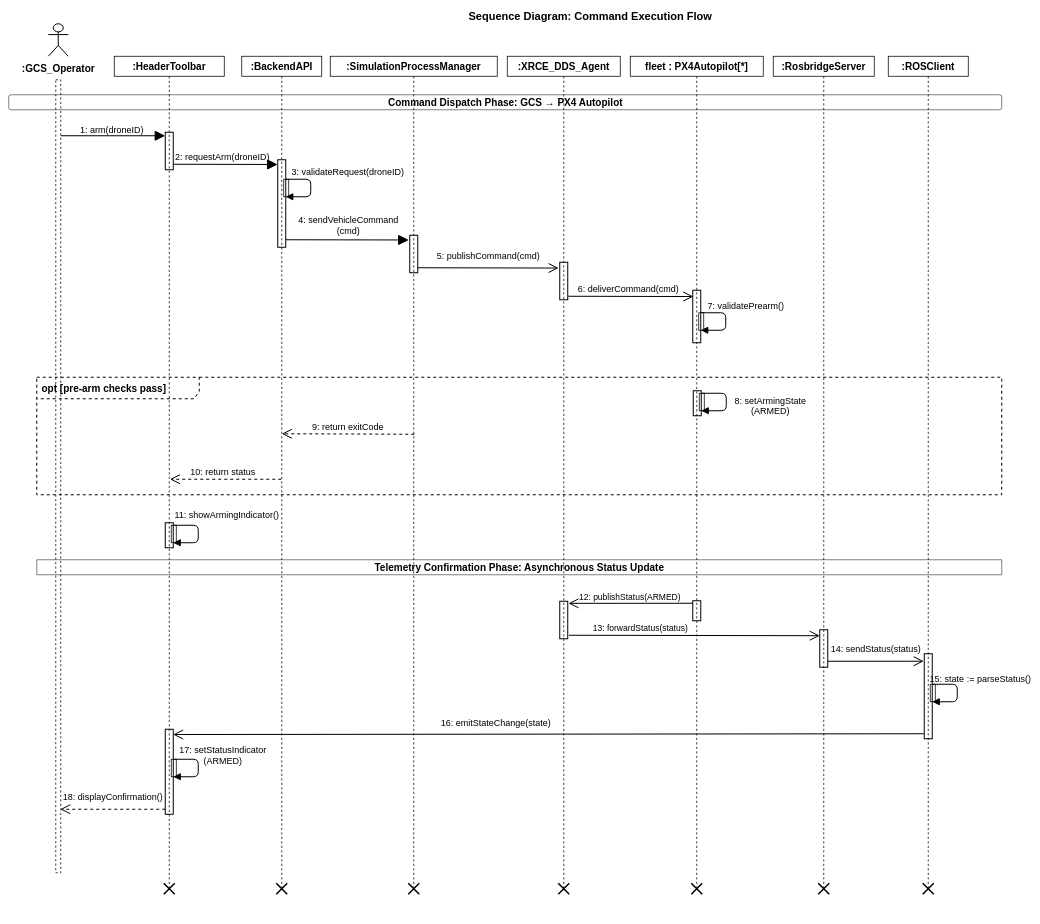
Before: 13_sequence_command.drawio in syedmohammad611/diagrams, a draw.io diagram. Source tidied: cells renumbered, new cells numbered last; positions are measured from the earlier drawing's top-left corner, leaving out a move shared by most shapes. Both pictures are drawn from the tidied source at 50%, with x=0, y=0 at pixel (8, 8).
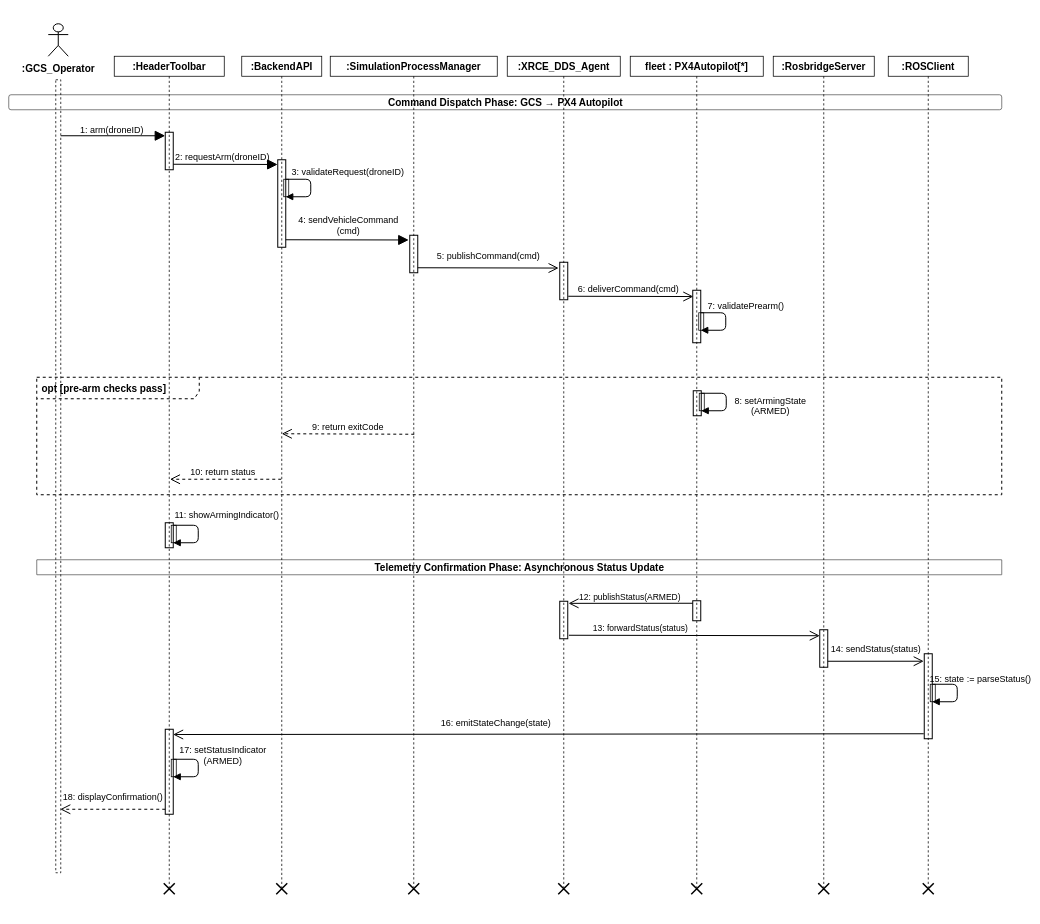
The same page after the edit.

Commit message (it also covers changes not shown here):
refactor: update sequence diagram layouts

Diff of the diagram source:
```diff
@@
-    <mxCell id="3" value="&lt;b&gt;Sequence Diagram: Command Execution Flow&lt;/b&gt;" style="text;html=1;strokeColor=none;fillColor=none;align=left;verticalAlign=middle;fontFamily=Helvetica;fontColor=#000000;fontSize=22;fontStyle=1;" parent="1" vertex="1">
-      <mxGeometry x="917.5" width="497" height="30" as="geometry" />
-    </mxCell>
```
